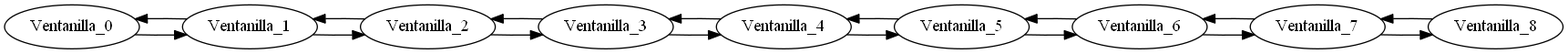
jimzi94/Tareas keeps this Graphviz diagram as Proyectos/Proyecto2_201504482/archivo_ventanillas.png. Above is the earlier version. Its source is kept beside it as Proyectos/Proyecto2_201504482/archivo_ventanillas.dot.
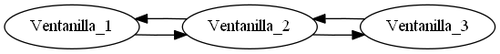
After the commit.

The edit, as a diff of the source:
```diff
@@ -1,17 +1,5 @@
-digraph {rankdir=LR Ventanilla_0->Ventanilla_1
-Ventanilla_1->Ventanilla_0
-Ventanilla_1->Ventanilla_2
+digraph {rankdir=LR Ventanilla_1->Ventanilla_2
 Ventanilla_2->Ventanilla_1
 Ventanilla_2->Ventanilla_3
 Ventanilla_3->Ventanilla_2
-Ventanilla_3->Ventanilla_4
-Ventanilla_4->Ventanilla_3
-Ventanilla_4->Ventanilla_5
-Ventanilla_5->Ventanilla_4
-Ventanilla_5->Ventanilla_6
-Ventanilla_6->Ventanilla_5
-Ventanilla_6->Ventanilla_7
-Ventanilla_7->Ventanilla_6
-Ventanilla_7->Ventanilla_8
-Ventanilla_8->Ventanilla_7
-Ventanilla_8}
+Ventanilla_3}
```
